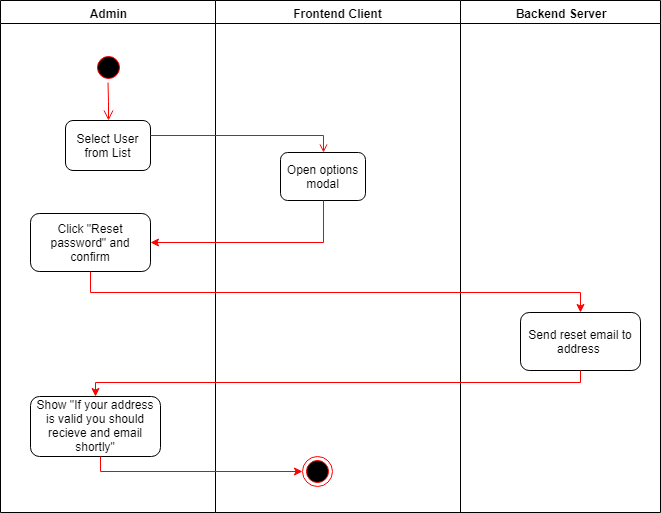
Earlier version of the draw.io export ActivityDiagrams/requestPasswordResetForUser.png (DigiWill-dhbw/Documentation). Source tidied: cells renumbered, new cells last; positions are measured from the earlier drawing's top-left corner, leaving out a move shared by most shapes.
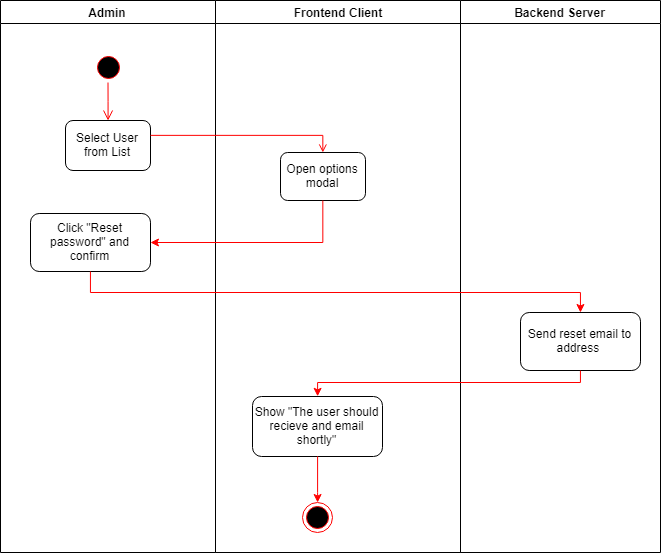
The same diagram one commit later.

Commit message:
Updated "Request password reset" diagrams

What changed in the source:
```diff
@@ -3,7 +3,7 @@
     <mxCell id="0" />
     <mxCell id="1" parent="0" />
     <mxCell id="2" value="Admin" style="swimlane;whiteSpace=wrap;" parent="1" vertex="1">
-      <mxGeometry width="215" height="512" as="geometry" />
+      <mxGeometry width="215" height="552" as="geometry" />
     </mxCell>
     <mxCell id="3" style="ellipse;shape=startState;fillColor=#000000;strokeColor=#ff0000;" parent="2" vertex="1">
       <mxGeometry x="92.5" y="52" width="30" height="30" as="geometry" />
@@ -17,20 +17,20 @@
     <mxCell id="6" value="&lt;font style=&quot;font-size: 12px&quot;&gt;Click &quot;Reset password&quot; and confirm&lt;/font&gt;&lt;br&gt;" style="rounded=1;fontSize=10;align=center;html=1;whiteSpace=wrap;" parent="2" vertex="1">
       <mxGeometry x="30" y="213" width="120" height="58" as="geometry" />
     </mxCell>
-    <mxCell id="7" value="&lt;font style=&quot;font-size: 12px&quot;&gt;Show &quot;If your address is valid you should recieve and email shortly&quot;&lt;/font&gt;&lt;br&gt;" style="rounded=1;fontSize=10;align=center;html=1;whiteSpace=wrap;" parent="2" vertex="1">
-      <mxGeometry x="30" y="396" width="130" height="60" as="geometry" />
-    </mxCell>
     <mxCell id="8" value="Frontend Client" style="swimlane;whiteSpace=wrap;" parent="1" vertex="1">
-      <mxGeometry x="215" width="245" height="512" as="geometry" />
+      <mxGeometry x="215" width="245" height="552" as="geometry" />
     </mxCell>
     <mxCell id="9" style="ellipse;shape=endState;fillColor=#000000;strokeColor=#ff0000;" parent="8" vertex="1">
-      <mxGeometry x="87" y="456" width="30" height="30" as="geometry" />
+      <mxGeometry x="87" y="502" width="30" height="30" as="geometry" />
     </mxCell>
     <mxCell id="10" value="&lt;font style=&quot;font-size: 12px&quot;&gt;Open options modal&lt;/font&gt;&lt;br&gt;" style="rounded=1;fontSize=10;align=center;html=1;whiteSpace=wrap;" parent="8" vertex="1">
       <mxGeometry x="65" y="152" width="85" height="48" as="geometry" />
     </mxCell>
+    <mxCell id="7" value="&lt;font style=&quot;font-size: 12px&quot;&gt;Show &quot;The user should recieve and email shortly&quot;&lt;/font&gt;&lt;br&gt;" style="rounded=1;fontSize=10;align=center;html=1;whiteSpace=wrap;" parent="8" vertex="1">
+      <mxGeometry x="37" y="396" width="130" height="60" as="geometry" />
+    </mxCell>
     <mxCell id="11" value="Backend Server" style="swimlane;whiteSpace=wrap;" parent="1" vertex="1">
-      <mxGeometry x="460" width="200" height="512" as="geometry" />
+      <mxGeometry x="460" width="200" height="552" as="geometry" />
     </mxCell>
     <mxCell id="12" value="&lt;font style=&quot;font-size: 10px&quot;&gt;yes&lt;/font&gt;" style="edgeStyle=orthogonalEdgeStyle;html=1;align=left;verticalAlign=top;endArrow=open;endSize=8;strokeColor=#ff0000;rounded=0;" parent="11" edge="1">
       <mxGeometry x="-1" relative="1" as="geometry">
@@ -66,20 +66,22 @@
         </Array>
       </mxGeometry>
     </mxCell>
-    <mxCell id="17" style="edgeStyle=orthogonalEdgeStyle;rounded=0;jettySize=auto;html=1;strokeColor=#FF0000;entryX=0;entryY=0.5;entryDx=0;entryDy=0;" parent="1" edge="1" source="7" target="9">
-      <mxGeometry relative="1" as="geometry">
-        <Array as="points">
-          <mxPoint x="100" y="471" />
-        </Array>
-      </mxGeometry>
-    </mxCell>
     <mxCell id="18" style="edgeStyle=orthogonalEdgeStyle;rounded=0;jettySize=auto;html=1;strokeColor=#FF0000;entryX=0.5;entryY=0;entryDx=0;entryDy=0;exitX=0.5;exitY=1;exitDx=0;exitDy=0;" parent="1" edge="1" source="13" target="7">
       <mxGeometry relative="1" as="geometry">
         <Array as="points">
           <mxPoint x="580" y="382" />
-          <mxPoint x="95" y="382" />
+          <mxPoint x="317" y="382" />
         </Array>
       </mxGeometry>
     </mxCell>
+    <mxCell id="19" style="edgeStyle=orthogonalEdgeStyle;rounded=0;jettySize=auto;html=1;strokeColor=#FF0000;entryX=0.5;entryY=0;entryDx=0;entryDy=0;" parent="1" edge="1" target="9">
+      <mxGeometry relative="1" as="geometry">
+        <mxPoint x="317" y="456" as="sourcePoint" />
+        <Array as="points">
+          <mxPoint x="317" y="492" />
+          <mxPoint x="317" y="492" />
+        </Array>
+      </mxGeometry>
+    </mxCell>
   </root>
 </mxGraphModel>
```
